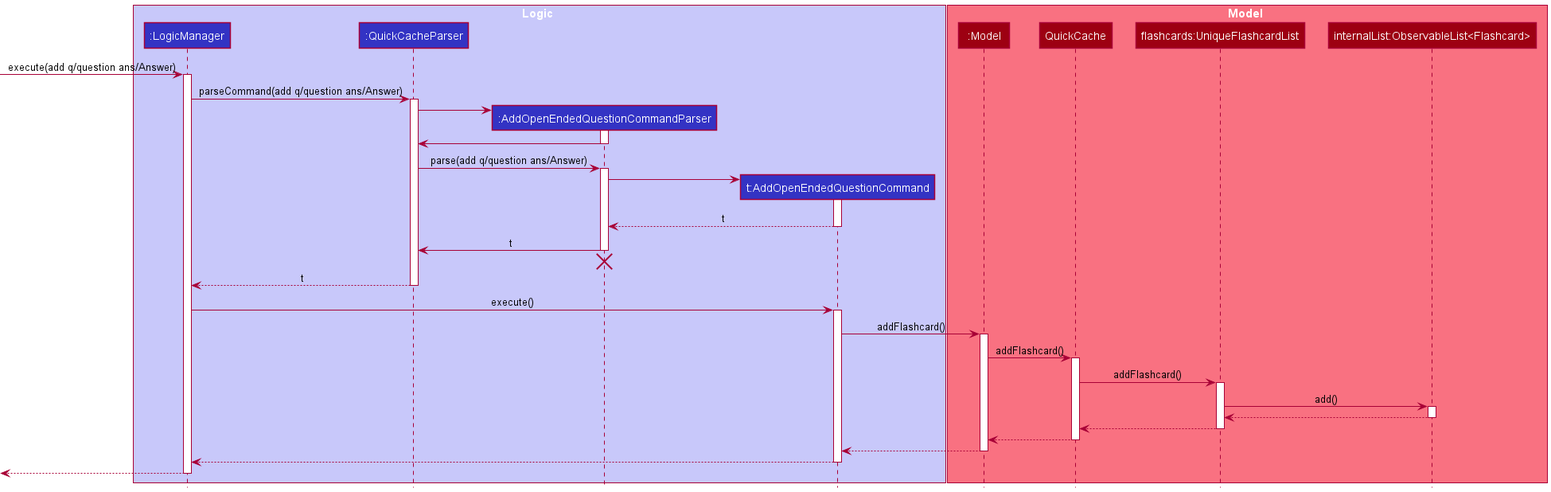
The PlantUML diagram docs/images/AddOpenEndedSequenceDiagram.png in GilbertTan19/tp, before a commit.
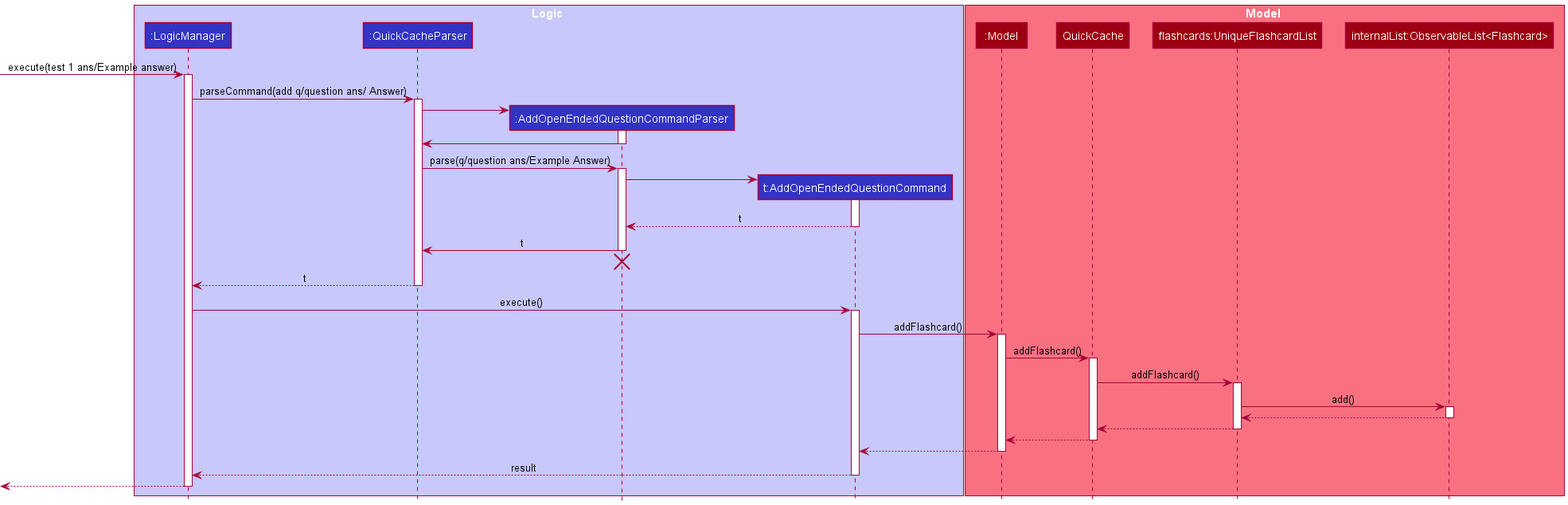
The same diagram one commit later.

Commit message:
Fixed small typo in diagram image

What changed in the source:
```diff
@@ -14,10 +14,10 @@
 participant "flashcards:UniqueFlashcardList" as Flashcards MODEL_COLOR
 participant "internalList:ObservableList<Flashcard>" as ObservableList MODEL_COLOR
 end box
-[-> LogicManager : execute(add q/question ans/Answer)
+[-> LogicManager : execute(test 1 ans/Example answer)
 activate LogicManager
 
-LogicManager -> QuickCacheParser : parseCommand(add q/question ans/Answer)
+LogicManager -> QuickCacheParser : parseCommand(add q/question ans/ Answer)
 activate QuickCacheParser
 
 create AddOpenEndedQuestionCommandParser
@@ -27,7 +27,7 @@
 AddOpenEndedQuestionCommandParser -> QuickCacheParser
 deactivate AddOpenEndedQuestionCommandParser
 
-QuickCacheParser -> AddOpenEndedQuestionCommandParser : parse(add q/question ans/Answer)
+QuickCacheParser -> AddOpenEndedQuestionCommandParser : parse(q/question ans/Example Answer)
 activate AddOpenEndedQuestionCommandParser
 
 create AddOpenEndedQuestionCommand
@@ -68,7 +68,7 @@
 
 return
 
-return
+return result
 
 [<--LogicManager
 deactivate LogicManager
```
